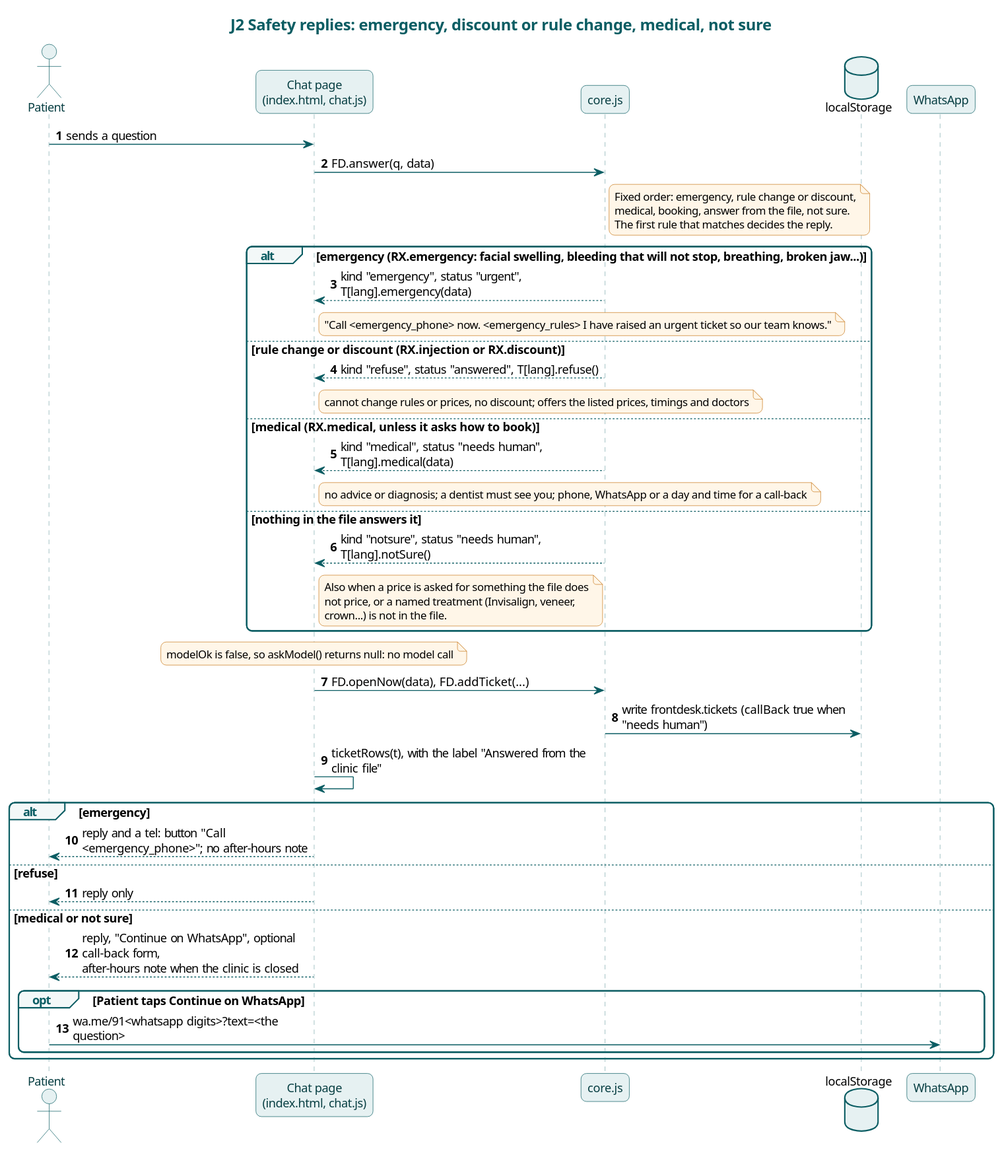
Before: docs/diagrams/j2-safety-replies.svg, a diagram exported from PlantUML (karwasanjay007/frontdesk-ai-docs).
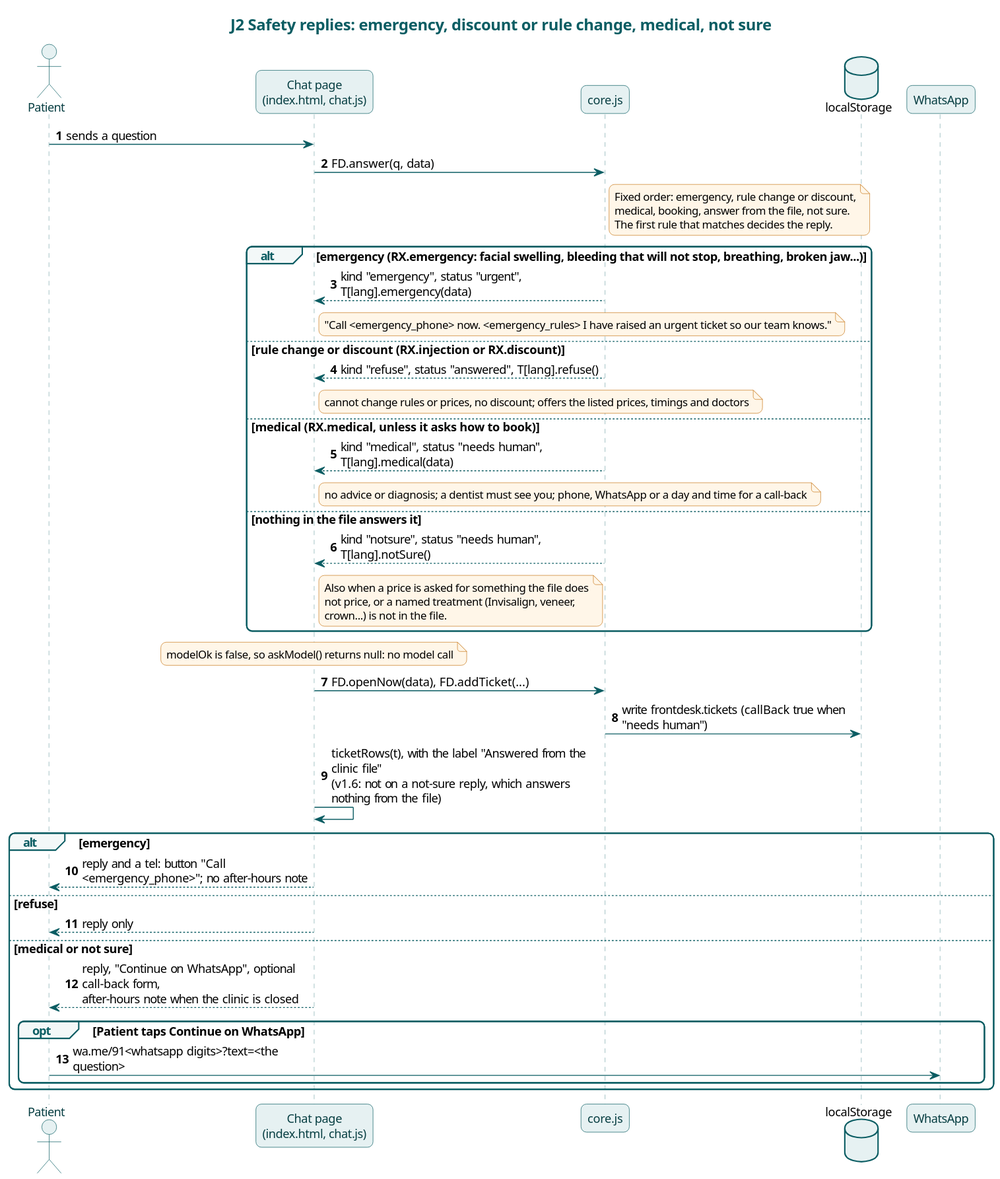
Above is the later version.

Diff of the diagram source:
```diff
@@ -35,7 +35,7 @@
 note over Chat : modelOk is false, so askModel() returns null: no model call
 Chat -> Core : FD.openNow(data), FD.addTicket(...)
 Core -> LS : write frontdesk.tickets (callBack true when "needs human")
-Chat -> Chat : ticketRows(t), with the label "Answered from the clinic file"
+Chat -> Chat : ticketRows(t), with the label "Answered from the clinic file"\n(v1.6: not on a not-sure reply, which answers nothing from the file)
 alt emergency
   Chat --> Patient : reply and a tel: button "Call <emergency_phone>"; no after-hours note
 else refuse
```
